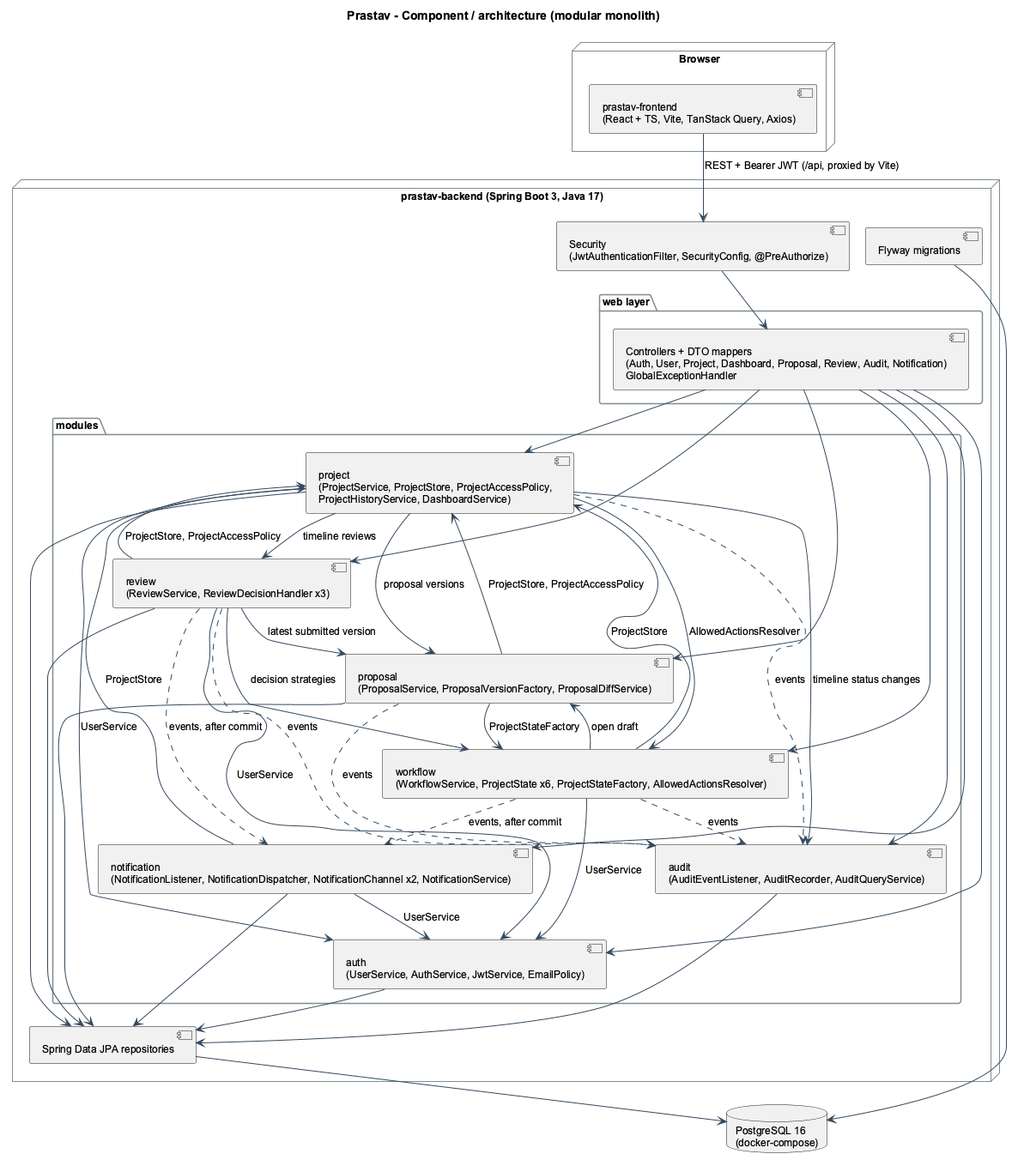
Earlier version of the PlantUML export docs/uml/png/11_component_architecture.png (udita-0707/Prastaav). Source of this version:
```plantuml
@startuml 11_component_architecture
!pragma layout smetana
!include _style.iuml
title Prastav - Component / architecture (modular monolith)

node "Browser" {
  component "prastav-frontend\n(React + TS, Vite, TanStack Query, Axios)" as FE
}

node "prastav-backend (Spring Boot 3, Java 17)" {
  component "Security\n(JwtAuthenticationFilter, SecurityConfig, @PreAuthorize)" as SEC
  package "web layer" {
    component "Controllers + DTO mappers\n(Auth, User, Project, Dashboard, Proposal, Review, Audit, Notification)\nGlobalExceptionHandler" as WEB
  }
  package "modules" {
    component "auth\n(UserService, AuthService, JwtService, EmailPolicy)" as AUTH
    component "project\n(ProjectService, ProjectStore, ProjectAccessPolicy,\nProjectHistoryService, DashboardService)" as PROJ
    component "proposal\n(ProposalService, ProposalVersionFactory, ProposalDiffService)" as PROP
    component "review\n(ReviewService, ReviewDecisionHandler x3)" as REV
    component "workflow\n(WorkflowService, ProjectState x6, ProjectStateFactory, AllowedActionsResolver)" as WF
    component "audit\n(AuditEventListener, AuditRecorder, AuditQueryService)" as AUD
    component "notification\n(NotificationListener, NotificationDispatcher, NotificationChannel x2, NotificationService)" as NOTIF
  }
  component "Spring Data JPA repositories" as REPO
  component "Flyway migrations" as FLY
}

database "PostgreSQL 16\n(docker-compose)" as DB

FE --> SEC : REST + Bearer JWT (/api, proxied by Vite)
SEC --> WEB
WEB --> AUTH
WEB --> PROJ
WEB --> PROP
WEB --> REV
WEB --> WF
WEB --> AUD
WEB --> NOTIF
REV --> WF : decision strategies
REV --> PROJ : ProjectStore, ProjectAccessPolicy
REV --> PROP : latest submitted version
REV --> AUTH : UserService
WF --> PROJ : ProjectStore
WF --> PROP : open draft
WF --> AUTH : UserService
PROP --> PROJ : ProjectStore, ProjectAccessPolicy
PROP --> WF : ProjectStateFactory
PROJ --> PROP : proposal versions
PROJ --> WF : AllowedActionsResolver
PROJ --> AUTH : UserService
PROJ --> REV : timeline reviews
PROJ --> AUD : timeline status changes
NOTIF --> PROJ : ProjectStore
NOTIF --> AUTH : UserService
WF ..> AUD : events
PROJ ..> AUD : events
PROP ..> AUD : events
REV ..> AUD : events
WF ..> NOTIF : events, after commit
REV ..> NOTIF : events, after commit
AUTH --> REPO
PROJ --> REPO
PROP --> REPO
REV --> REPO
AUD --> REPO
NOTIF --> REPO
REPO --> DB
FLY --> DB
@enduml
```
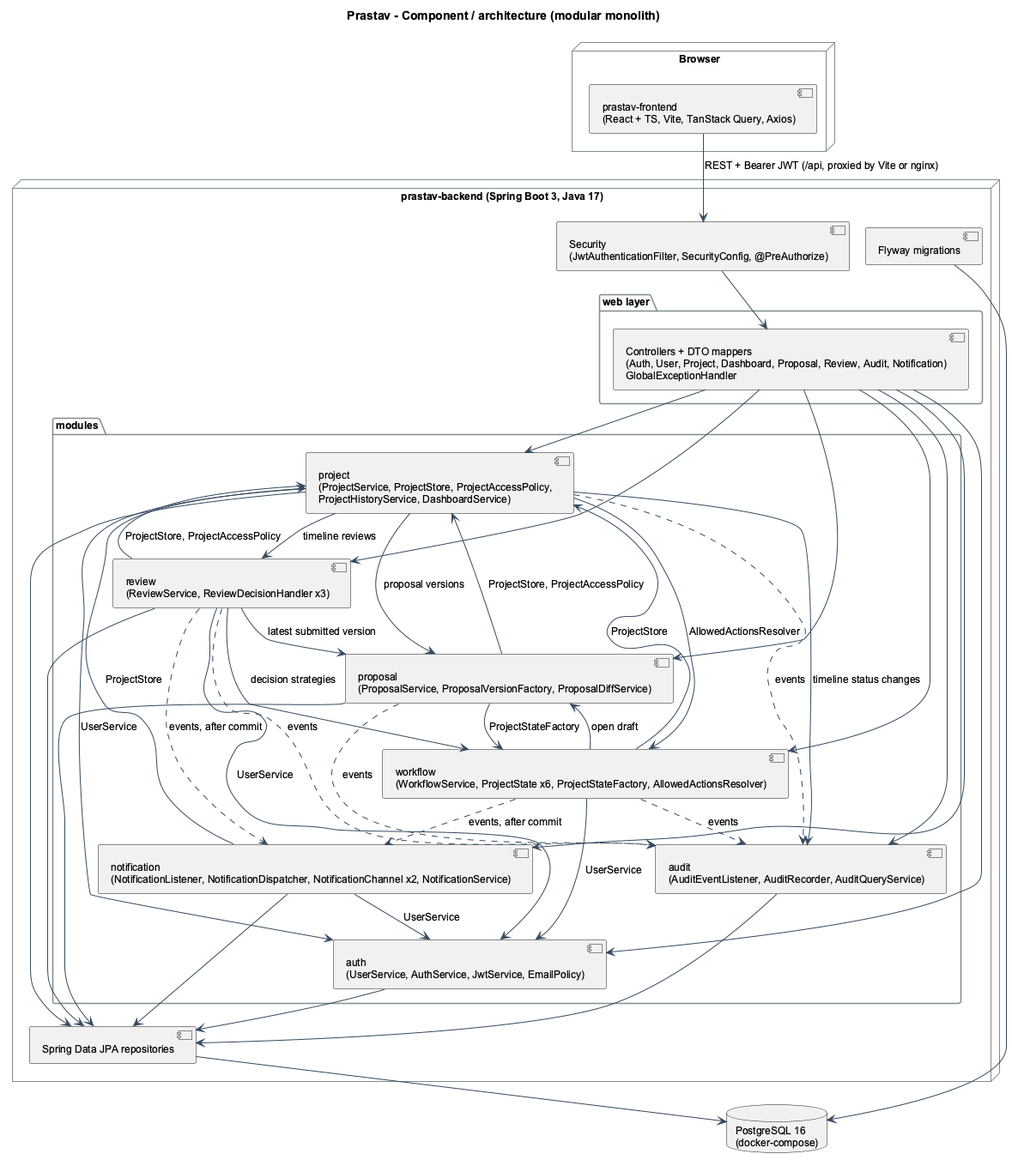
After the change.

Diff of the diagram source:
```diff
@@ -27,7 +27,7 @@
 
 database "PostgreSQL 16\n(docker-compose)" as DB
 
-FE --> SEC : REST + Bearer JWT (/api, proxied by Vite)
+FE --> SEC : REST + Bearer JWT (/api, proxied by Vite or nginx)
 SEC --> WEB
 WEB --> AUTH
 WEB --> PROJ
```
